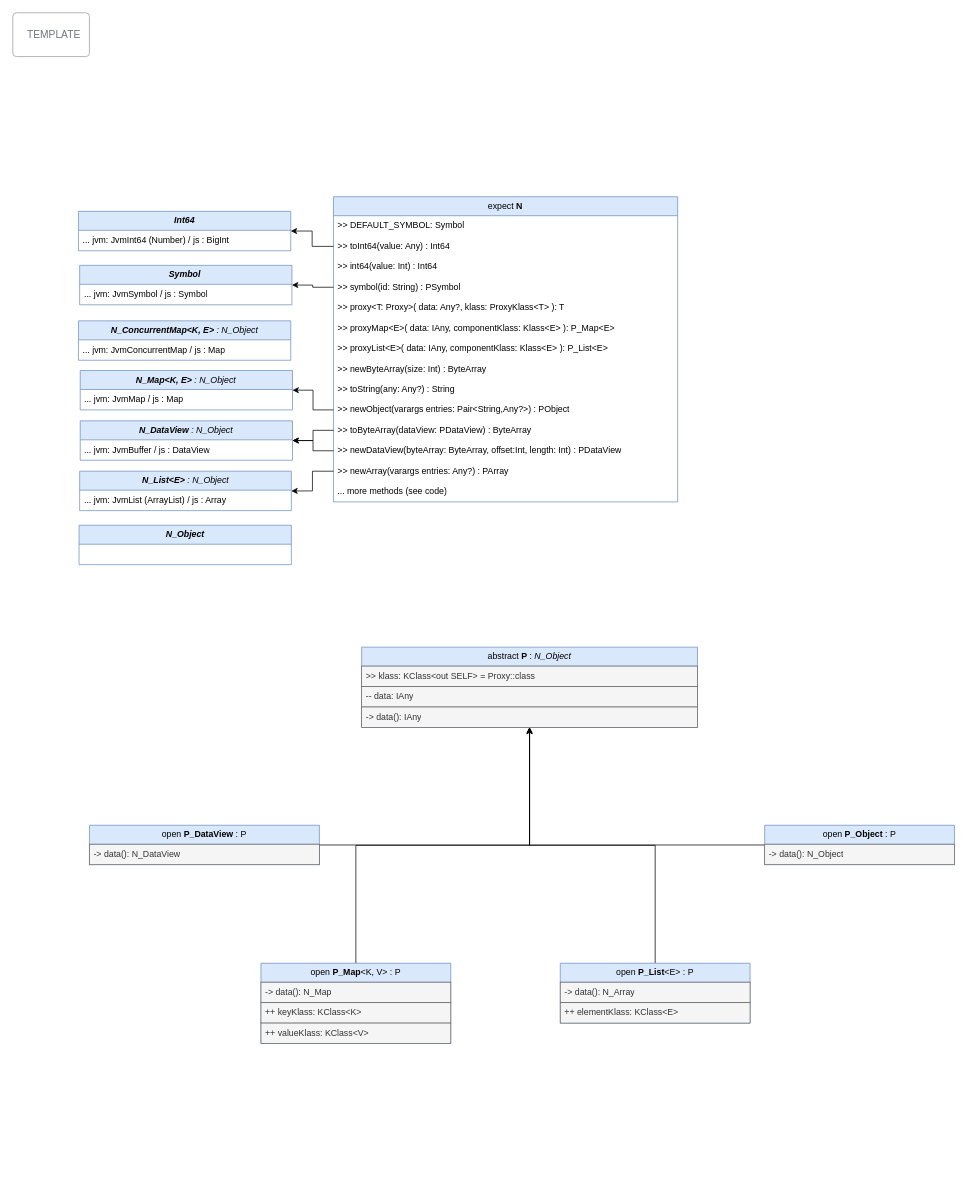
This is docs/diagrams/lib_base.drawio from heremaps/naksha, a draw.io file, before an edit. Source tidied: cells renumbered, new cells numbered last; positions are measured from the earlier drawing's top-left corner, leaving out a move shared by most shapes. Both pictures are drawn from the tidied source at 73%, with x=0, y=0 at pixel (12, 12).
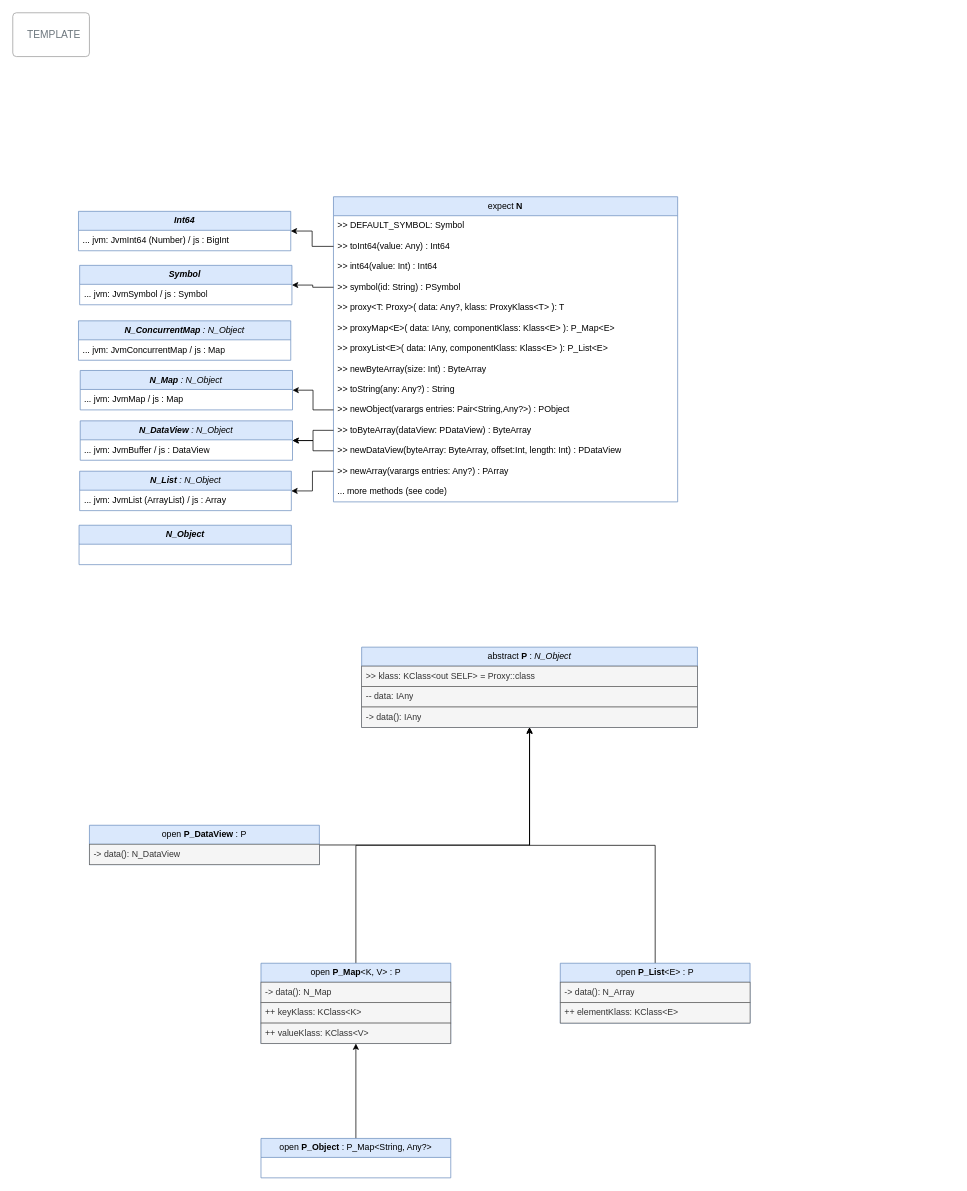
The same diagram, later.

Commit message (it also covers changes not shown here):
Remove some last errors, add some missing functions, make P_Object extending P_Map

Unchanged cells that the change refers to:
```xml
<mxCell id="22" value="&lt;span style=&quot;border-color: var(--border-color);&quot;&gt;abstract &lt;b&gt;P&lt;/b&gt;&amp;nbsp;:&amp;nbsp;&lt;i style=&quot;border-color: var(--border-color);&quot;&gt;N_Object&lt;/i&gt;&lt;br&gt;&lt;/span&gt;" style="swimlane;fontStyle=0;horizontal=1;startSize=26;fillColor=#dae8fc;whiteSpace=wrap;html=1;strokeColor=#6c8ebf;" parent="1" vertex="1">
  <mxGeometry x="477.9" y="869" width="460" height="110" as="geometry" />
</mxCell>
<mxCell id="46" value="&lt;span style=&quot;border-color: var(--border-color);&quot;&gt;open &lt;b&gt;P_Map&lt;/b&gt;&amp;lt;K, V&amp;gt;&lt;b&gt;&amp;nbsp;&lt;/b&gt;: P&lt;br&gt;&lt;/span&gt;" style="swimlane;fontStyle=0;horizontal=1;startSize=26;fillColor=#dae8fc;whiteSpace=wrap;html=1;strokeColor=#6c8ebf;" parent="1" vertex="1">
  <mxGeometry x="340" y="1302" width="260" height="110" as="geometry" />
</mxCell>
```

Change to the diagram source:
```diff
@@
-    <mxCell id="3" value="&lt;span style=&quot;border-color: var(--border-color);&quot;&gt;&lt;i style=&quot;&quot;&gt;&lt;b&gt;N_List&amp;lt;E&amp;gt;&amp;nbsp;&lt;/b&gt;: N_Object&lt;/i&gt;&lt;br&gt;&lt;/span&gt;" style="swimlane;fontStyle=0;horizontal=1;startSize=26;fillColor=#dae8fc;whiteSpace=wrap;html=1;strokeColor=#6c8ebf;" parent="1" vertex="1">
+    <mxCell id="3" value="&lt;span style=&quot;border-color: var(--border-color);&quot;&gt;&lt;i style=&quot;&quot;&gt;&lt;b&gt;N_List&amp;nbsp;&lt;/b&gt;: N_Object&lt;/i&gt;&lt;br&gt;&lt;/span&gt;" style="swimlane;fontStyle=0;horizontal=1;startSize=26;fillColor=#dae8fc;whiteSpace=wrap;html=1;strokeColor=#6c8ebf;" parent="1" vertex="1">
       <mxGeometry x="91.6" y="628" width="290" height="54" as="geometry" />
     </mxCell>
@@
-    <mxCell id="20" value="&lt;span style=&quot;border-color: var(--border-color);&quot;&gt;&lt;i style=&quot;&quot;&gt;&lt;b&gt;N_Map&amp;lt;K, E&amp;gt;&lt;/b&gt; :&amp;nbsp;&lt;/i&gt;&lt;i style=&quot;border-color: var(--border-color);&quot;&gt;N_Object&lt;/i&gt;&lt;br&gt;&lt;/span&gt;" style="swimlane;fontStyle=0;horizontal=1;startSize=26;fillColor=#dae8fc;whiteSpace=wrap;html=1;strokeColor=#6c8ebf;" parent="1" vertex="1">
+    <mxCell id="20" value="&lt;span style=&quot;border-color: var(--border-color);&quot;&gt;&lt;i style=&quot;&quot;&gt;&lt;b&gt;N_Map&lt;/b&gt;&amp;nbsp;:&amp;nbsp;&lt;/i&gt;&lt;i style=&quot;border-color: var(--border-color);&quot;&gt;N_Object&lt;/i&gt;&lt;br&gt;&lt;/span&gt;" style="swimlane;fontStyle=0;horizontal=1;startSize=26;fillColor=#dae8fc;whiteSpace=wrap;html=1;strokeColor=#6c8ebf;" parent="1" vertex="1">
       <mxGeometry x="92.4" y="490" width="290.8" height="54" as="geometry" />
     </mxCell>
@@
-    <mxCell id="41" style="edgeStyle=orthogonalEdgeStyle;rounded=0;jettySize=auto;html=1;" parent="1" edge="1" source="42" target="22">
-      <mxGeometry relative="1" as="geometry" />
-    </mxCell>
+    <mxCell id="56" style="edgeStyle=orthogonalEdgeStyle;rounded=0;jettySize=auto;html=1;" parent="1" edge="1" source="42" target="46">
+      <mxGeometry relative="1" as="geometry" />
+    </mxCell>
-    <mxCell id="42" value="&lt;span style=&quot;border-color: var(--border-color);&quot;&gt;open&amp;nbsp;&lt;b&gt;P_Object&amp;nbsp;&lt;/b&gt;: P&lt;br&gt;&lt;/span&gt;" style="swimlane;fontStyle=0;horizontal=1;startSize=26;fillColor=#dae8fc;whiteSpace=wrap;html=1;strokeColor=#6c8ebf;" parent="1" vertex="1">
-      <mxGeometry x="1030" y="1113" width="260" height="54" as="geometry" />
+    <mxCell id="42" value="&lt;span style=&quot;border-color: var(--border-color);&quot;&gt;open&amp;nbsp;&lt;b&gt;P_Object&amp;nbsp;&lt;/b&gt;: P_Map&amp;lt;String, Any?&amp;gt;&lt;br&gt;&lt;/span&gt;" style="swimlane;fontStyle=0;horizontal=1;startSize=26;fillColor=#dae8fc;whiteSpace=wrap;html=1;strokeColor=#6c8ebf;" parent="1" vertex="1">
+      <mxGeometry x="340" y="1542" width="260" height="54" as="geometry" />
     </mxCell>
-    <mxCell id="43" value="-&amp;gt; data(): N_Object" style="text;align=left;verticalAlign=top;spacingLeft=4;spacingRight=4;overflow=hidden;whiteSpace=wrap;html=1;fillColor=#f5f5f5;fontColor=#333333;strokeColor=#666666;" parent="42" vertex="1">
-      <mxGeometry y="26" width="260" height="28" as="geometry" />
-    </mxCell>
@@
-    <mxCell id="54" value="&lt;span style=&quot;border-color: var(--border-color);&quot;&gt;&lt;i style=&quot;&quot;&gt;&lt;b&gt;N_ConcurrentMap&amp;lt;K, E&amp;gt;&lt;/b&gt; :&amp;nbsp;&lt;/i&gt;&lt;i style=&quot;border-color: var(--border-color);&quot;&gt;N_Object&lt;/i&gt;&lt;br&gt;&lt;/span&gt;" style="swimlane;fontStyle=0;horizontal=1;startSize=26;fillColor=#dae8fc;whiteSpace=wrap;html=1;strokeColor=#6c8ebf;" parent="1" vertex="1">
+    <mxCell id="54" value="&lt;span style=&quot;border-color: var(--border-color);&quot;&gt;&lt;i style=&quot;&quot;&gt;&lt;b&gt;N_ConcurrentMap&lt;/b&gt;&amp;nbsp;:&amp;nbsp;&lt;/i&gt;&lt;i style=&quot;border-color: var(--border-color);&quot;&gt;N_Object&lt;/i&gt;&lt;br&gt;&lt;/span&gt;" style="swimlane;fontStyle=0;horizontal=1;startSize=26;fillColor=#dae8fc;whiteSpace=wrap;html=1;strokeColor=#6c8ebf;" parent="1" vertex="1">
       <mxGeometry x="90" y="422" width="290.8" height="54" as="geometry" />
     </mxCell>
```
